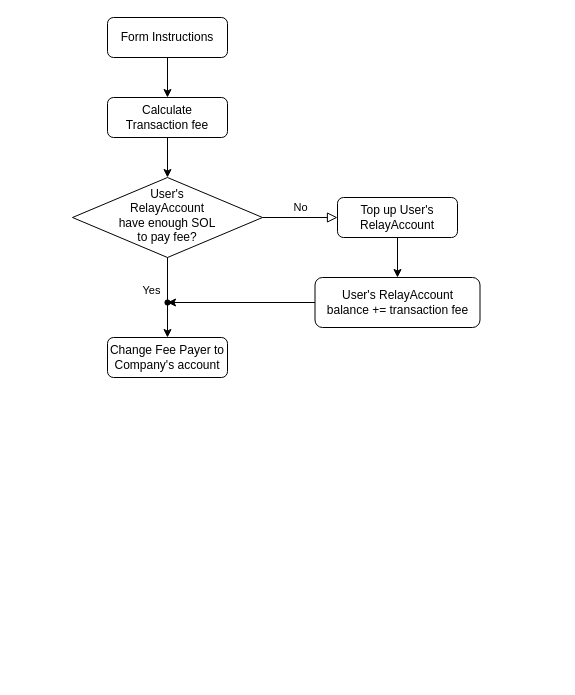
Before: Untitled Diagram.drawio in p2p-org/swap-diagram, a draw.io diagram. Source tidied: cells renumbered, new cells numbered last; positions are measured from the earlier drawing's top-left corner, leaving out a move shared by most shapes. Both pictures are drawn from the tidied source at 100%, with x=0, y=0 at pixel (72, 17).
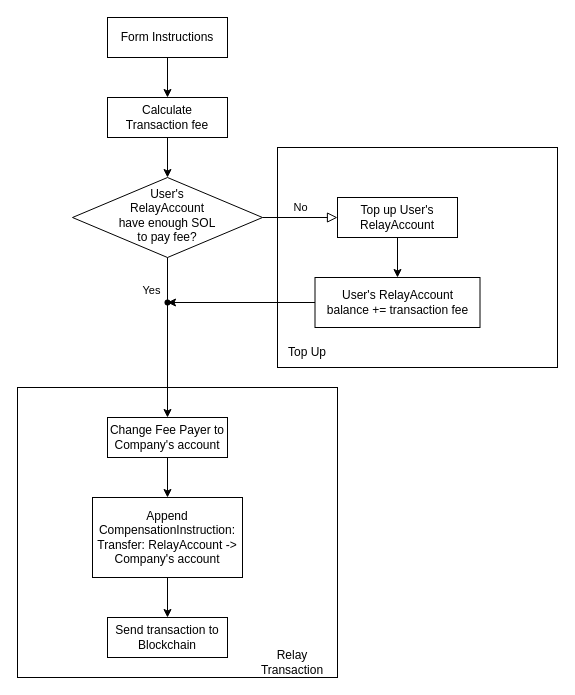
The same diagram, later.

Unchanged cells that the change refers to:
```xml
<mxCell id="15" style="edgeStyle=orthogonalEdgeStyle;rounded=0;jettySize=auto;html=1;exitX=0.5;exitY=1;exitDx=0;exitDy=0;entryDx=0;entryDy=0;endArrow=none;" parent="1" edge="1" source="6" target="14">
  <mxGeometry relative="1" as="geometry" />
</mxCell>
```

Change to the diagram source:
```diff
@@
+    <mxCell id="17" style="rounded=0;whiteSpace=wrap;html=1;" parent="1" vertex="1">
+      <mxGeometry x="-55" y="370" width="320" height="290" as="geometry" />
+    </mxCell>
+    <mxCell id="18" style="rounded=0;whiteSpace=wrap;html=1;" parent="1" vertex="1">
+      <mxGeometry x="205" y="130" width="280" height="220" as="geometry" />
+    </mxCell>
@@
-    <mxCell id="3" value="Form Instructions" style="rounded=1;whiteSpace=wrap;html=1;fontSize=12;glass=0;strokeWidth=1;shadow=0;" parent="1" vertex="1">
+    <mxCell id="3" value="Form Instructions" style="rounded=0;whiteSpace=wrap;html=1;fontSize=12;glass=0;strokeWidth=1;shadow=0;" parent="1" vertex="1">
       <mxGeometry x="35" width="120" height="40" as="geometry" />
     </mxCell>
@@
-    <mxCell id="6" value="User's &lt;br&gt;RelayAccount&lt;br&gt;have enough SOL&lt;br&gt;to pay fee?" style="rhombus;whiteSpace=wrap;html=1;shadow=0;fontFamily=Helvetica;fontSize=12;align=center;strokeWidth=1;spacing=6;spacingTop=-4;" parent="1" vertex="1">
+    <mxCell id="6" value="User's &lt;br&gt;RelayAccount&lt;br&gt;have enough SOL&lt;br&gt;to pay fee?" style="rhombus;whiteSpace=wrap;html=1;shadow=0;fontFamily=Helvetica;fontSize=12;align=center;strokeWidth=1;spacing=6;spacingTop=-4;rounded=0;" parent="1" vertex="1">
       <mxGeometry y="160" width="190" height="80" as="geometry" />
     </mxCell>
@@
-    <mxCell id="8" value="Top up User's RelayAccount" style="rounded=1;whiteSpace=wrap;html=1;fontSize=12;glass=0;strokeWidth=1;shadow=0;" parent="1" vertex="1">
+    <mxCell id="8" value="Top up User's RelayAccount" style="rounded=0;whiteSpace=wrap;html=1;fontSize=12;glass=0;strokeWidth=1;shadow=0;" parent="1" vertex="1">
       <mxGeometry x="265" y="180" width="120" height="40" as="geometry" />
     </mxCell>
@@
-    <mxCell id="10" value="Calculate&lt;br&gt;Transaction fee" style="rounded=1;whiteSpace=wrap;html=1;fontSize=12;glass=0;strokeWidth=1;shadow=0;" parent="1" vertex="1">
+    <mxCell id="10" value="Calculate&lt;br&gt;Transaction fee" style="rounded=0;whiteSpace=wrap;html=1;fontSize=12;glass=0;strokeWidth=1;shadow=0;" parent="1" vertex="1">
       <mxGeometry x="35" y="80" width="120" height="40" as="geometry" />
     </mxCell>
+    <mxCell id="19" style="edgeStyle=orthogonalEdgeStyle;rounded=0;jettySize=auto;html=1;" parent="1" edge="1" source="11" target="21">
+      <mxGeometry relative="1" as="geometry" />
+    </mxCell>
-    <mxCell id="11" value="Change Fee Payer to Company's account" style="rounded=1;whiteSpace=wrap;html=1;" parent="1" vertex="1">
-      <mxGeometry x="35" y="320" width="120" height="40" as="geometry" />
+    <mxCell id="11" value="Change Fee Payer to Company's account" style="rounded=0;whiteSpace=wrap;html=1;" parent="1" vertex="1">
+      <mxGeometry x="35" y="400" width="120" height="40" as="geometry" />
     </mxCell>
@@
-    <mxCell id="13" value="User's RelayAccount&lt;br&gt;balance += transaction fee" style="whiteSpace=wrap;html=1;rounded=1;glass=0;strokeWidth=1;shadow=0;" parent="1" vertex="1">
+    <mxCell id="13" value="User's RelayAccount&lt;br&gt;balance += transaction fee" style="whiteSpace=wrap;html=1;rounded=0;glass=0;strokeWidth=1;shadow=0;" parent="1" vertex="1">
       <mxGeometry x="242.5" y="260" width="165" height="50" as="geometry" />
     </mxCell>
-    <mxCell id="14" style="shape=waypoint;sketch=0;size=6;points=[];fillColor=default;perimeter=centerPerimeter;snapToPoint=1;rounded=1;glass=0;strokeWidth=1;shadow=0;" parent="1" vertex="1">
+    <mxCell id="14" style="shape=waypoint;sketch=0;size=6;points=[];fillColor=default;perimeter=centerPerimeter;snapToPoint=1;rounded=0;glass=0;strokeWidth=1;shadow=0;" parent="1" vertex="1">
       <mxGeometry x="75" y="265" width="40" height="40" as="geometry" />
     </mxCell>
@@
-    <mxCell id="16" value="Yes" style="edgeLabel;html=1;align=center;verticalAlign=middle;" parent="15" vertex="1">
+    <mxCell id="16" value="Yes" style="edgeLabel;html=1;align=center;verticalAlign=middle;rounded=0;" parent="15" vertex="1">
       <mxGeometry x="-0.33" relative="1" as="geometry">
         <mxPoint x="-17" y="17" as="offset" />
       </mxGeometry>
     </mxCell>
+    <mxCell id="20" style="edgeStyle=orthogonalEdgeStyle;rounded=0;jettySize=auto;html=1;" parent="1" edge="1" source="21" target="22">
+      <mxGeometry relative="1" as="geometry" />
+    </mxCell>
+    <mxCell id="21" value="Append CompensationInstruction:&lt;br&gt;Transfer: RelayAccount -&amp;gt; Company's account" style="whiteSpace=wrap;html=1;rounded=0;" parent="1" vertex="1">
+      <mxGeometry x="20" y="480" width="150" height="80" as="geometry" />
+    </mxCell>
+    <mxCell id="22" value="Send transaction to Blockchain" style="whiteSpace=wrap;html=1;rounded=0;" parent="1" vertex="1">
+      <mxGeometry x="35" y="600" width="120" height="40" as="geometry" />
+    </mxCell>
+    <mxCell id="23" value="Top Up" style="text;html=1;strokeColor=none;fillColor=none;align=center;verticalAlign=middle;whiteSpace=wrap;rounded=0;" parent="1" vertex="1">
+      <mxGeometry x="205" y="320" width="60" height="30" as="geometry" />
+    </mxCell>
+    <mxCell id="24" value="Relay Transaction" style="text;html=1;strokeColor=none;fillColor=none;align=center;verticalAlign=middle;whiteSpace=wrap;rounded=0;" parent="1" vertex="1">
+      <mxGeometry x="175" y="630" width="90" height="30" as="geometry" />
+    </mxCell>
```
